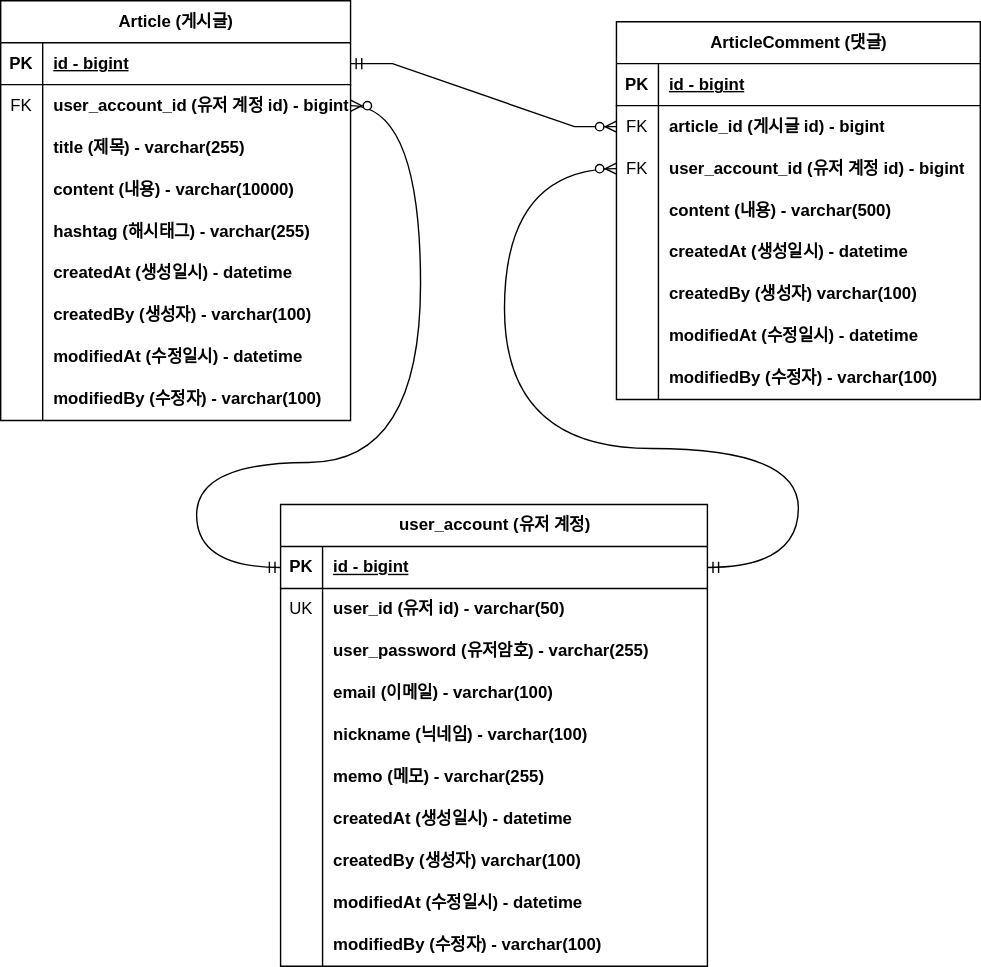
The draw.io diagram Documents/basic-board-project-erd.svg in juju1997/basic-board-project, before a commit. Source tidied: cells renumbered, new cells last; positions are measured from the earlier drawing's top-left corner, leaving out a move shared by most shapes.
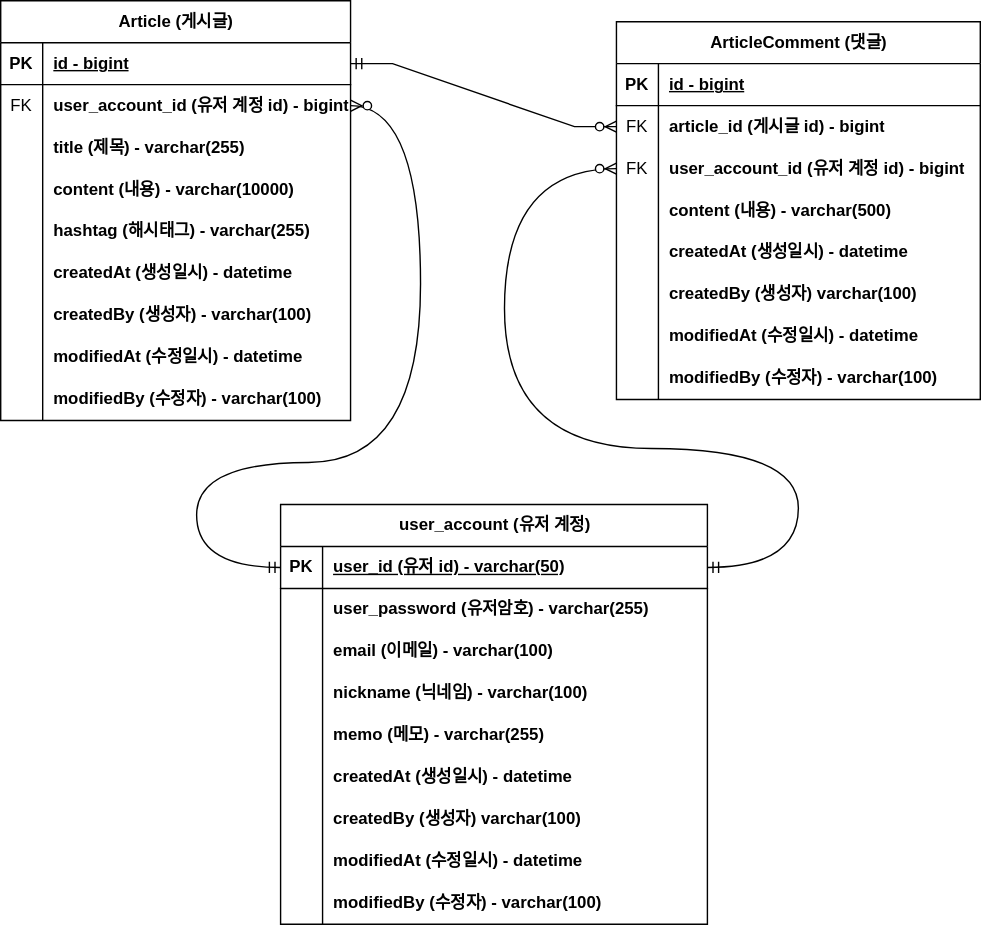
After the change.

Commit message:
user_account 테이블 id 삭제 후 user_id를 PK로 수정

What changed in the source:
```diff
@@ -170,7 +170,7 @@
       </mxGeometry>
     </mxCell>
     <mxCell id="56" value="user_account (유저 계정)" style="shape=table;startSize=30;rowLines=0;fontStyle=1;align=center;html=1;" parent="1" vertex="1">
-      <mxGeometry x="200" y="360" width="305" height="330" as="geometry" />
+      <mxGeometry x="200" y="360" width="305" height="300" as="geometry" />
     </mxCell>
     <mxCell id="57" style="shape=tableRow;horizontal=0;startSize=0;swimlaneHead=0;swimlaneBody=0;fillColor=none;points=[[0,0.5],[1,0.5]];portConstraint=eastwest;top=0;left=0;right=0;bottom=1;" parent="56" vertex="1">
       <mxGeometry y="30" width="305" height="30" as="geometry" />
@@ -178,20 +178,11 @@
     <mxCell id="58" value="PK" style="shape=partialRectangle;fillColor=none;top=0;left=0;bottom=0;right=0;fontStyle=1;overflow=hidden;whiteSpace=wrap;html=1;" parent="57" vertex="1">
       <mxGeometry width="30" height="30" as="geometry" />
     </mxCell>
-    <mxCell id="59" value="id - bigint" style="shape=partialRectangle;fillColor=none;top=0;left=0;bottom=0;right=0;align=left;spacingLeft=6;fontStyle=5;overflow=hidden;whiteSpace=wrap;html=1;" parent="57" vertex="1">
+    <mxCell id="59" value="user_id (유저 id) - varchar(50)" style="shape=partialRectangle;fillColor=none;top=0;left=0;bottom=0;right=0;align=left;spacingLeft=6;fontStyle=5;overflow=hidden;whiteSpace=wrap;html=1;" parent="57" vertex="1">
       <mxGeometry x="30" width="275" height="30" as="geometry" />
     </mxCell>
-    <mxCell id="60" style="shape=tableRow;horizontal=0;startSize=0;swimlaneHead=0;swimlaneBody=0;fillColor=none;top=0;left=0;right=0;bottom=0;" parent="56" vertex="1">
-      <mxGeometry y="60" width="305" height="30" as="geometry" />
-    </mxCell>
-    <mxCell id="61" value="UK" style="shape=partialRectangle;fillColor=none;top=0;left=0;bottom=0;right=0;overflow=hidden;whiteSpace=wrap;html=1;" parent="60" vertex="1">
-      <mxGeometry width="30" height="30" as="geometry" />
-    </mxCell>
-    <mxCell id="62" value="user_id (유저 id) - varchar(50)" style="shape=partialRectangle;fillColor=none;top=0;left=0;bottom=0;right=0;align=left;spacingLeft=6;overflow=hidden;whiteSpace=wrap;html=1;fontStyle=1;" parent="60" vertex="1">
-      <mxGeometry x="30" width="275" height="30" as="geometry" />
-    </mxCell>
     <mxCell id="63" style="shape=tableRow;horizontal=0;startSize=0;swimlaneHead=0;swimlaneBody=0;fillColor=none;top=0;left=0;right=0;bottom=0;" parent="56" vertex="1">
-      <mxGeometry y="90" width="305" height="30" as="geometry" />
+      <mxGeometry y="60" width="305" height="30" as="geometry" />
     </mxCell>
     <mxCell id="64" style="shape=partialRectangle;fillColor=none;top=0;left=0;bottom=0;right=0;overflow=hidden;whiteSpace=wrap;html=1;" parent="63" vertex="1">
       <mxGeometry width="30" height="30" as="geometry" />
@@ -200,7 +191,7 @@
       <mxGeometry x="30" width="275" height="30" as="geometry" />
     </mxCell>
     <mxCell id="66" style="shape=tableRow;horizontal=0;startSize=0;swimlaneHead=0;swimlaneBody=0;fillColor=none;top=0;left=0;right=0;bottom=0;" parent="56" vertex="1">
-      <mxGeometry y="120" width="305" height="30" as="geometry" />
+      <mxGeometry y="90" width="305" height="30" as="geometry" />
     </mxCell>
     <mxCell id="67" style="shape=partialRectangle;fillColor=none;top=0;left=0;bottom=0;right=0;overflow=hidden;whiteSpace=wrap;html=1;" parent="66" vertex="1">
       <mxGeometry width="30" height="30" as="geometry" />
@@ -209,7 +200,7 @@
       <mxGeometry x="30" width="275" height="30" as="geometry" />
     </mxCell>
     <mxCell id="69" style="shape=tableRow;horizontal=0;startSize=0;swimlaneHead=0;swimlaneBody=0;fillColor=none;top=0;left=0;right=0;bottom=0;" parent="56" vertex="1">
-      <mxGeometry y="150" width="305" height="30" as="geometry" />
+      <mxGeometry y="120" width="305" height="30" as="geometry" />
     </mxCell>
     <mxCell id="70" style="shape=partialRectangle;fillColor=none;top=0;left=0;bottom=0;right=0;overflow=hidden;whiteSpace=wrap;html=1;" parent="69" vertex="1">
       <mxGeometry width="30" height="30" as="geometry" />
@@ -218,7 +209,7 @@
       <mxGeometry x="30" width="275" height="30" as="geometry" />
     </mxCell>
     <mxCell id="72" style="shape=tableRow;horizontal=0;startSize=0;swimlaneHead=0;swimlaneBody=0;fillColor=none;top=0;left=0;right=0;bottom=0;" parent="56" vertex="1">
-      <mxGeometry y="180" width="305" height="30" as="geometry" />
+      <mxGeometry y="150" width="305" height="30" as="geometry" />
     </mxCell>
     <mxCell id="73" style="shape=partialRectangle;fillColor=none;top=0;left=0;bottom=0;right=0;overflow=hidden;whiteSpace=wrap;html=1;" parent="72" vertex="1">
       <mxGeometry width="30" height="30" as="geometry" />
@@ -227,7 +218,7 @@
       <mxGeometry x="30" width="275" height="30" as="geometry" />
     </mxCell>
     <mxCell id="75" style="shape=tableRow;horizontal=0;startSize=0;swimlaneHead=0;swimlaneBody=0;fillColor=none;top=0;left=0;right=0;bottom=0;" parent="56" vertex="1">
-      <mxGeometry y="210" width="305" height="30" as="geometry" />
+      <mxGeometry y="180" width="305" height="30" as="geometry" />
     </mxCell>
     <mxCell id="76" style="shape=partialRectangle;fillColor=none;top=0;left=0;bottom=0;right=0;overflow=hidden;whiteSpace=wrap;html=1;" parent="75" vertex="1">
       <mxGeometry width="30" height="30" as="geometry" />
@@ -236,7 +227,7 @@
       <mxGeometry x="30" width="275" height="30" as="geometry" />
     </mxCell>
     <mxCell id="78" style="shape=tableRow;horizontal=0;startSize=0;swimlaneHead=0;swimlaneBody=0;fillColor=none;top=0;left=0;right=0;bottom=0;" parent="56" vertex="1">
-      <mxGeometry y="240" width="305" height="30" as="geometry" />
+      <mxGeometry y="210" width="305" height="30" as="geometry" />
     </mxCell>
     <mxCell id="79" style="shape=partialRectangle;fillColor=none;top=0;left=0;bottom=0;right=0;overflow=hidden;whiteSpace=wrap;html=1;" parent="78" vertex="1">
       <mxGeometry width="30" height="30" as="geometry" />
@@ -245,7 +236,7 @@
       <mxGeometry x="30" width="275" height="30" as="geometry" />
     </mxCell>
     <mxCell id="81" style="shape=tableRow;horizontal=0;startSize=0;swimlaneHead=0;swimlaneBody=0;fillColor=none;top=0;left=0;right=0;bottom=0;" parent="56" vertex="1">
-      <mxGeometry y="270" width="305" height="30" as="geometry" />
+      <mxGeometry y="240" width="305" height="30" as="geometry" />
     </mxCell>
     <mxCell id="82" style="shape=partialRectangle;fillColor=none;top=0;left=0;bottom=0;right=0;overflow=hidden;whiteSpace=wrap;html=1;" parent="81" vertex="1">
       <mxGeometry width="30" height="30" as="geometry" />
@@ -254,7 +245,7 @@
       <mxGeometry x="30" width="275" height="30" as="geometry" />
     </mxCell>
     <mxCell id="84" style="shape=tableRow;horizontal=0;startSize=0;swimlaneHead=0;swimlaneBody=0;fillColor=none;top=0;left=0;right=0;bottom=0;" parent="56" vertex="1">
-      <mxGeometry y="300" width="305" height="30" as="geometry" />
+      <mxGeometry y="270" width="305" height="30" as="geometry" />
     </mxCell>
     <mxCell id="85" style="shape=partialRectangle;fillColor=none;top=0;left=0;bottom=0;right=0;overflow=hidden;whiteSpace=wrap;html=1;" parent="84" vertex="1">
       <mxGeometry width="30" height="30" as="geometry" />
```
